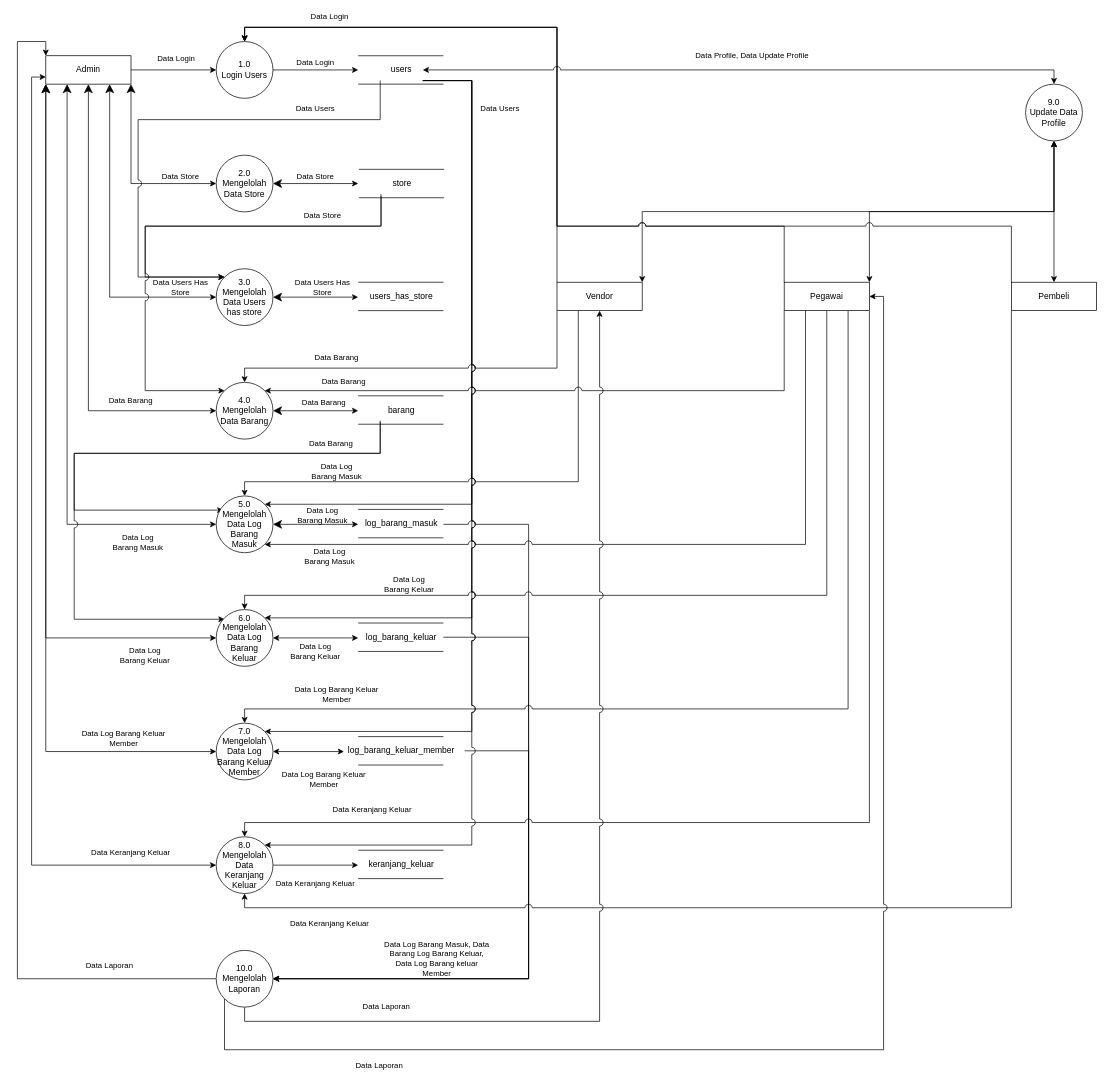
Before: page "DFD Level 1" (2 of 18) of Sistem Informasi dan Inventory/Sistem informasi penjualan dan inventory.drawio in umarshd/dfd-skripsi, a draw.io diagram. Source tidied: cells renumbered, new cells numbered last; positions are measured from the earlier drawing's top-left corner, leaving out a move shared by most shapes. Both pictures are drawn from the tidied source at 71%, with x=0, y=0 at pixel (17, 13).
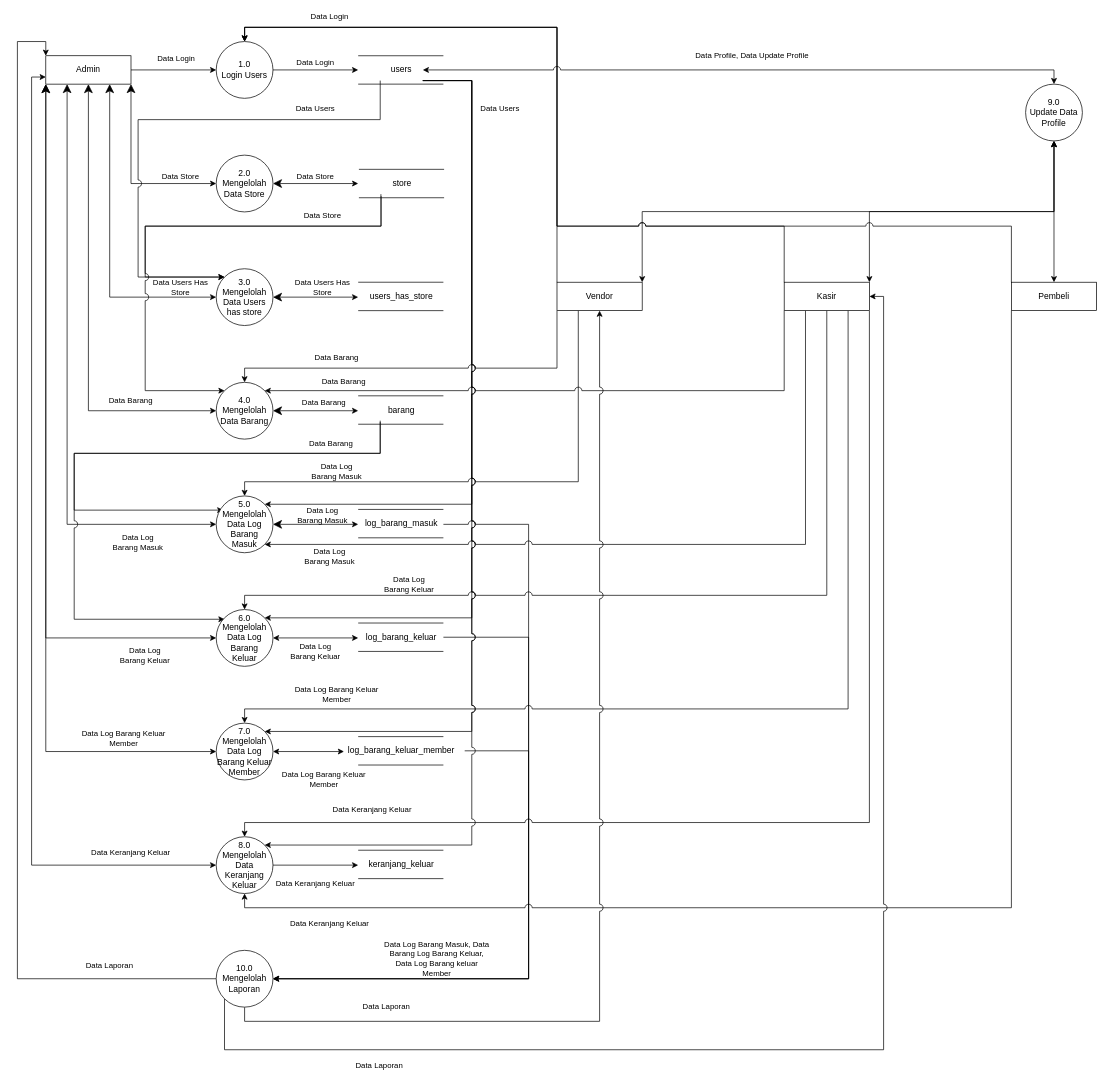
Above is the later version.

What changed in the source:
```diff
@@
-    <mxCell id="73" value="Pegawai" style="rounded=0;whiteSpace=wrap;html=1;" parent="1" vertex="1">
+    <mxCell id="73" value="Kasir" style="rounded=0;whiteSpace=wrap;html=1;" parent="1" vertex="1">
       <mxGeometry x="1080" y="379" width="120" height="40" as="geometry" />
     </mxCell>
```
